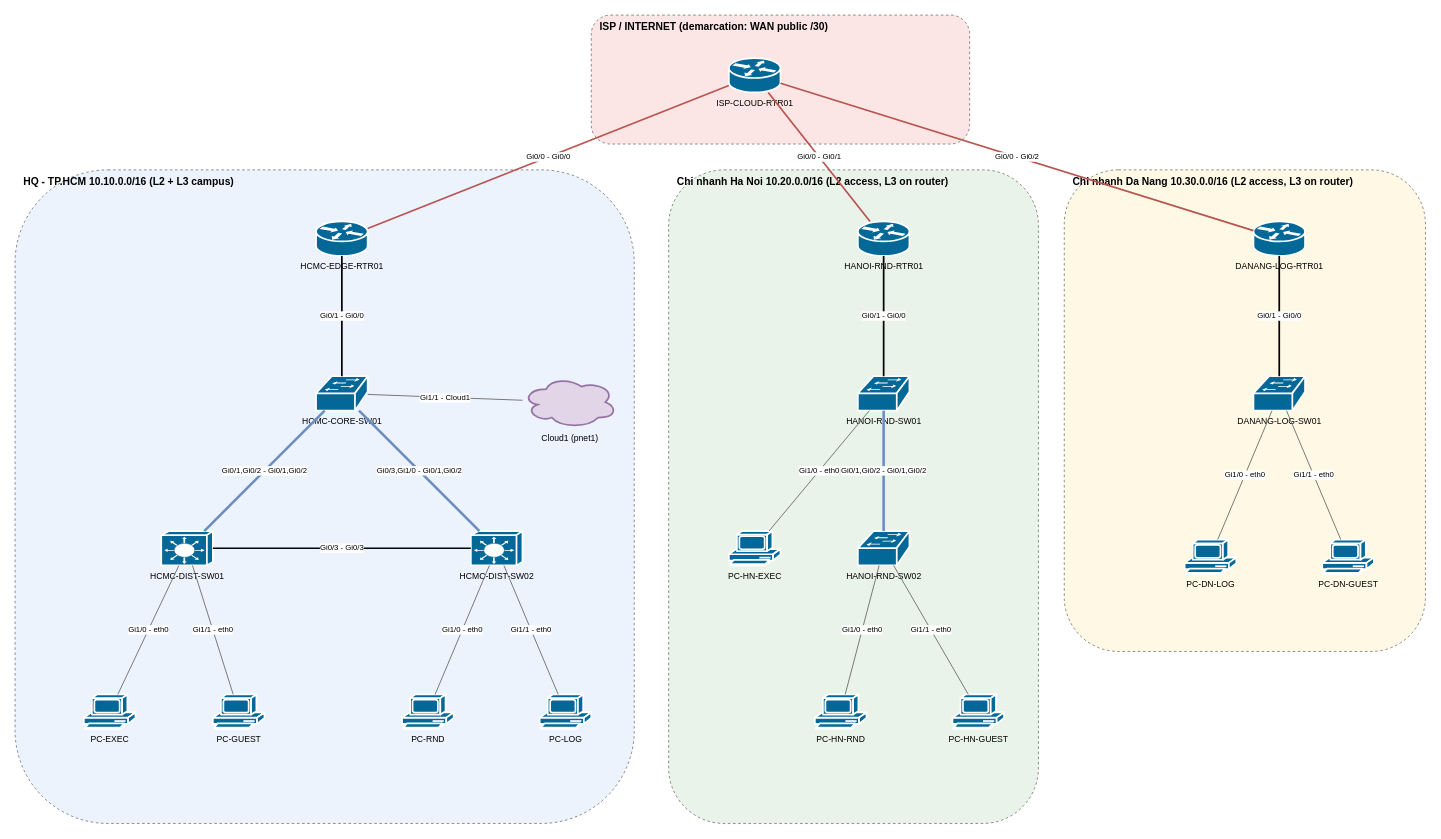
This is page "Physical Cabling" (2 of 2) of Design/TVI_Logical_Topology.drawio from pequyka27/Large-Enterprise-Network, a draw.io file, before an edit. Source tidied: cells renumbered, new cells numbered last; positions are measured from the earlier drawing's top-left corner, leaving out a move shared by most shapes. Both pictures are drawn from the tidied source at 86%, with x=0, y=0 at pixel (15, 15).
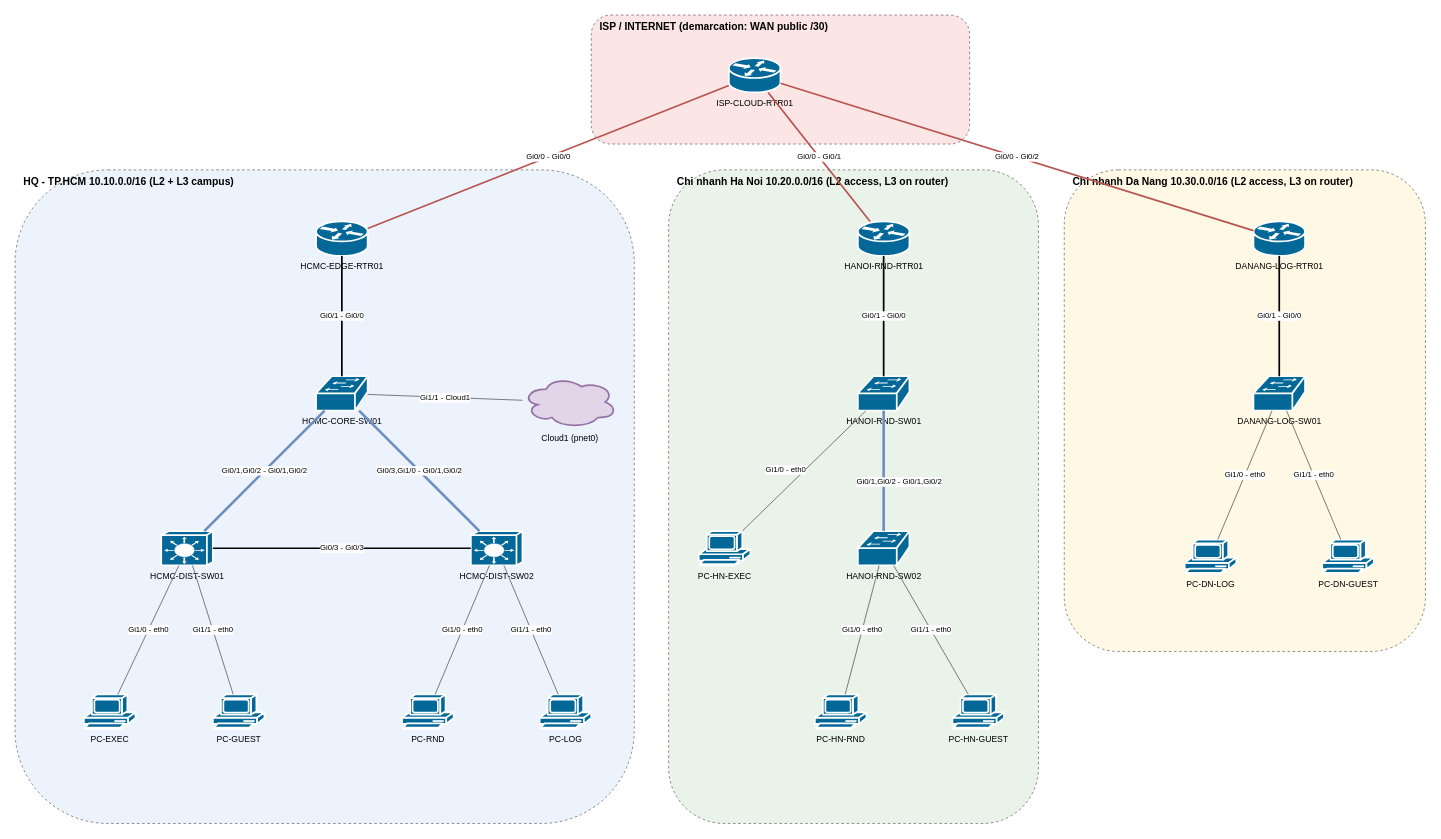
The same page after the edit.

The change refers to these unchanged cells:
```xml
<mxCell id="17" value="HANOI-RND-SW01" style="html=1;dashed=0;strokeColor=#ffffff;strokeWidth=2;verticalLabelPosition=bottom;verticalAlign=top;align=center;fontSize=10;shape=mxgraph.cisco.switches.workgroup_switch;fillColor=#036897;" parent="1" vertex="1">
  <mxGeometry x="980" y="420" width="60" height="40" as="geometry" />
</mxCell>
<mxCell id="18" value="HANOI-RND-SW02" style="html=1;dashed=0;strokeColor=#ffffff;strokeWidth=2;verticalLabelPosition=bottom;verticalAlign=top;align=center;fontSize=10;shape=mxgraph.cisco.switches.workgroup_switch;fillColor=#036897;" parent="1" vertex="1">
  <mxGeometry x="980" y="600" width="60" height="40" as="geometry" />
</mxCell>
```

Diff of the diagram source:
```diff
@@
-    <mxCell id="15" value="Cloud1 (pnet1)" style="html=1;dashed=0;strokeColor=#ffffff;strokeWidth=2;verticalLabelPosition=bottom;verticalAlign=top;align=center;fontSize=10;shape=cloud;fillColor=#E1D5E7;strokeColor=#9673A6;" parent="1" vertex="1">
+    <mxCell id="15" value="Cloud1 (pnet0)" style="html=1;dashed=0;strokeColor=#ffffff;strokeWidth=2;verticalLabelPosition=bottom;verticalAlign=top;align=center;fontSize=10;shape=cloud;fillColor=#E1D5E7;strokeColor=#9673A6;" parent="1" vertex="1">
       <mxGeometry x="590" y="420" width="110" height="60" as="geometry" />
     </mxCell>
@@
     <mxCell id="19" value="PC-HN-EXEC" style="html=1;dashed=0;strokeColor=#ffffff;strokeWidth=2;verticalLabelPosition=bottom;verticalAlign=top;align=center;fontSize=10;shape=mxgraph.cisco.computers_and_peripherals.pc;fillColor=#036897;" parent="1" vertex="1">
-      <mxGeometry x="830" y="600" width="60" height="40" as="geometry" />
+      <mxGeometry x="795" y="600" width="60" height="40" as="geometry" />
     </mxCell>
@@
     <mxCell id="39" value="Gi0/1,Gi0/2 - Gi0/1,Gi0/2" style="endArrow=none;html=1;fontSize=9;labelBackgroundColor=#ffffff;strokeColor=#6C8EBF;strokeWidth=3;" parent="1" edge="1" source="17" target="18">
-      <mxGeometry relative="1" as="geometry" />
+      <mxGeometry x="0.18" y="18" relative="1" as="geometry" />
     </mxCell>
     <mxCell id="40" value="Gi1/0 - eth0" style="endArrow=none;html=1;fontSize=9;labelBackgroundColor=#ffffff;strokeColor=#666666;strokeWidth=1;" parent="1" edge="1" source="17" target="19">
-      <mxGeometry relative="1" as="geometry" />
+      <mxGeometry x="0.15" y="-16" relative="1" as="geometry" />
     </mxCell>
```
